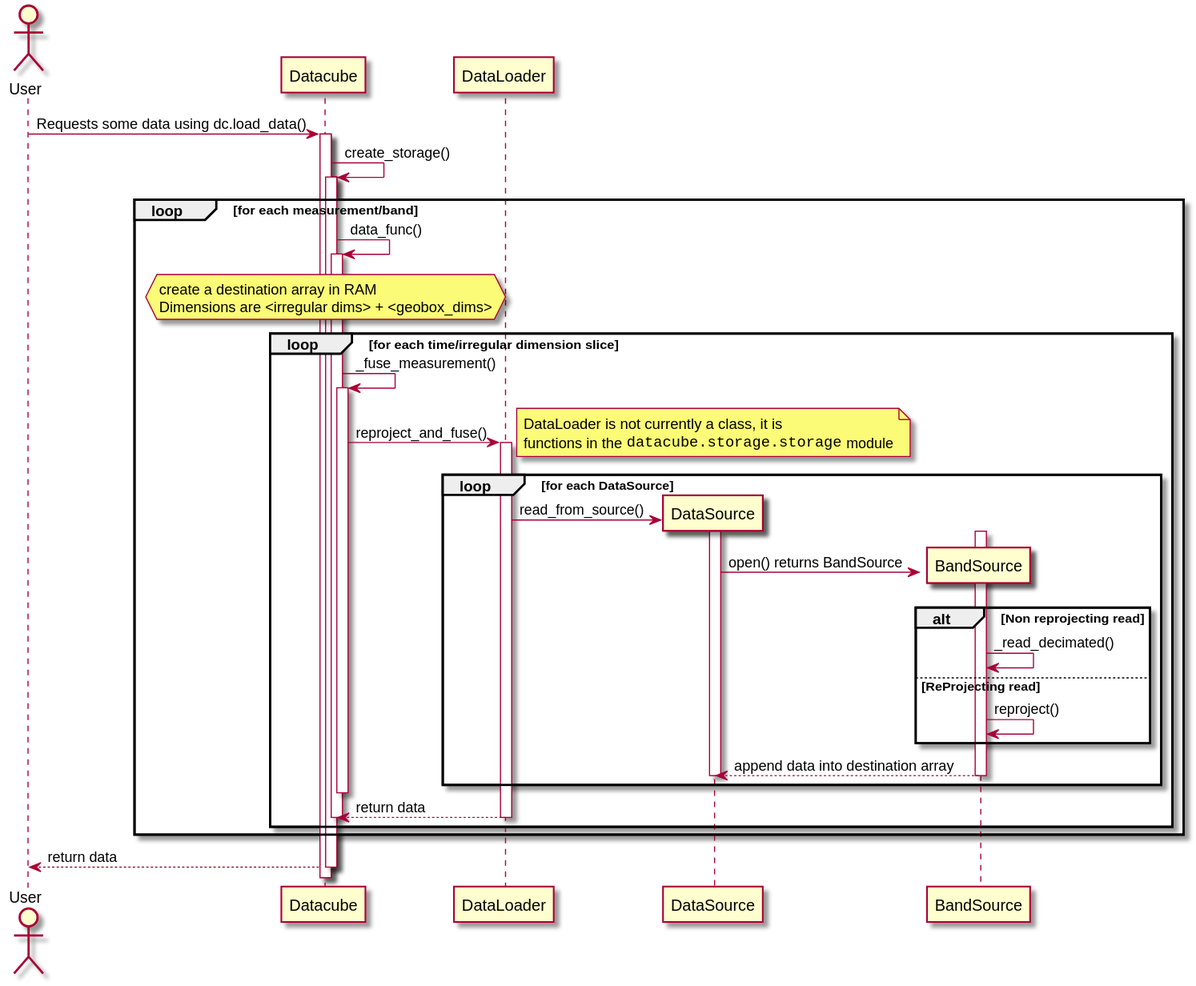
Earlier version of the PlantUML export docs/diagrams/current_data_read_process.svg (loicdtx/datacube-core).
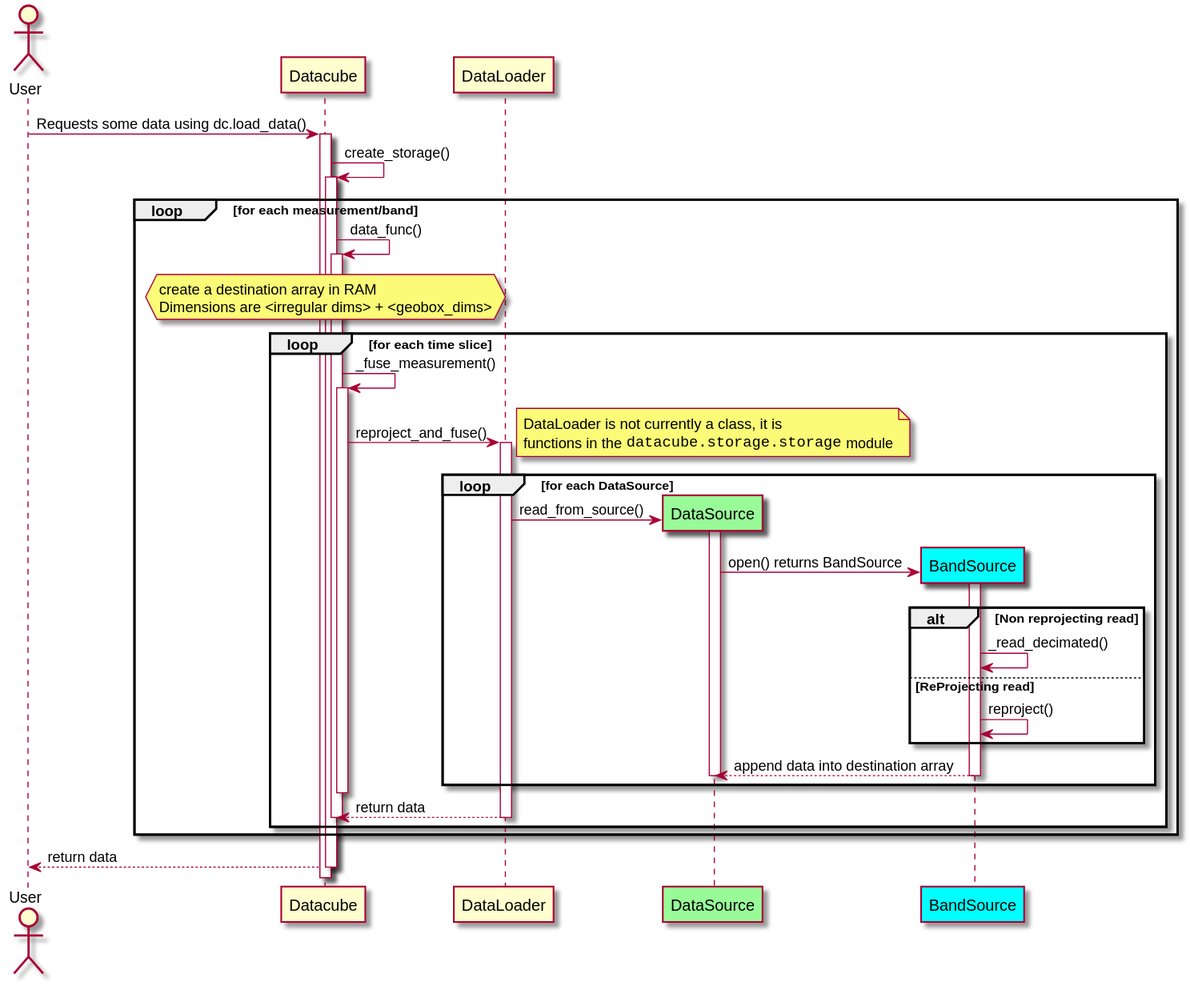
After the change.

What changed in the source:
```diff
@@ -18,7 +18,7 @@
     create a destination array in RAM
     Dimensions are <irregular dims> + <geobox_dims>
   end note
-  loop for each time/irregular dimension slice
+  loop for each time slice
     Datacube -> Datacube: _fuse_measurement()
     activate Datacube
     Datacube -> DataLoader:  reproject_and_fuse()
@@ -27,14 +27,16 @@
         functions in the ""datacube.storage.storage"" module
     end note
     activate DataLoader
+    participant DataSource #PaleGreen
     loop for each DataSource
         create DataSource
         DataLoader -> DataSource: read_from_source()
         activate DataSource
 
+        participant BandSource #Cyan
         create BandSource
+        DataSource -> BandSource: open() returns BandSource
         activate BandSource
-        DataSource -> BandSource: open() returns BandSource
         alt Non reprojecting read
             BandSource -> BandSource: _read_decimated()
         else ReProjecting read
```
